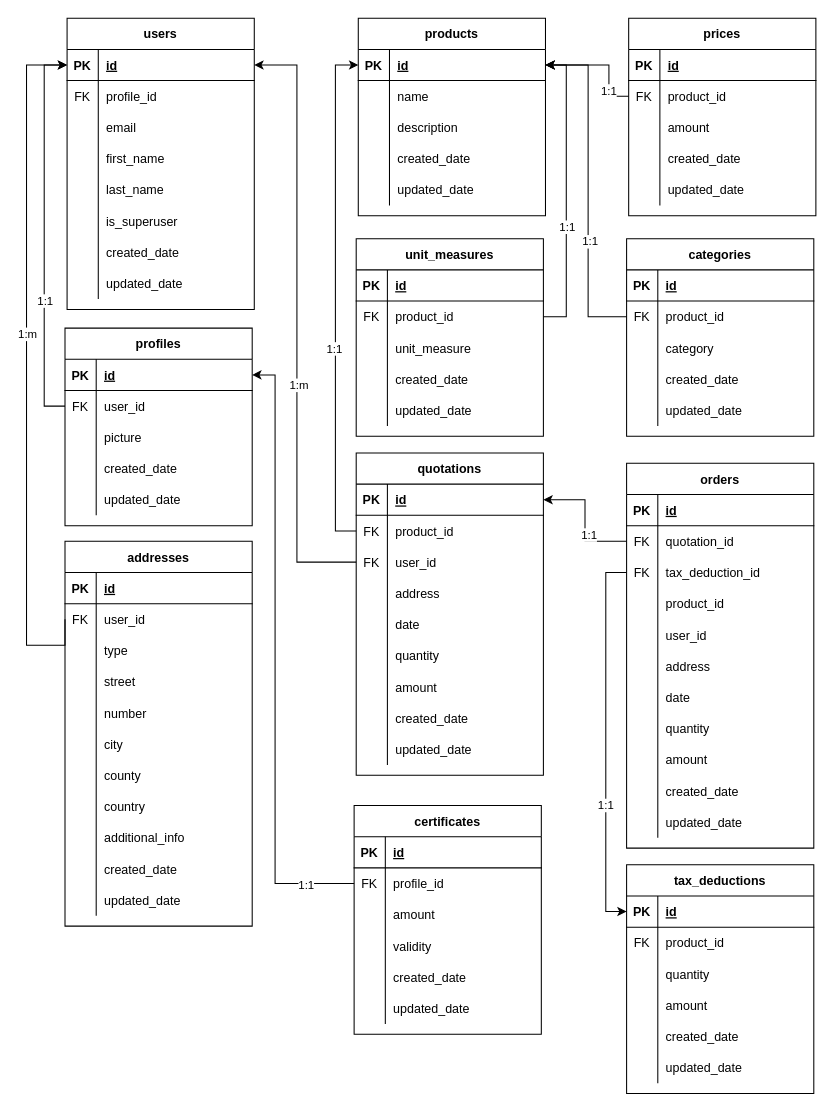
Before: WastePickupServices.drawio in PixLix1/donations_point, a draw.io diagram. Source tidied: cells renumbered, new cells numbered last; positions are measured from the earlier drawing's top-left corner, leaving out a move shared by most shapes. Both pictures are drawn from the tidied source at 104%, with x=0, y=0 at pixel (26, 18).
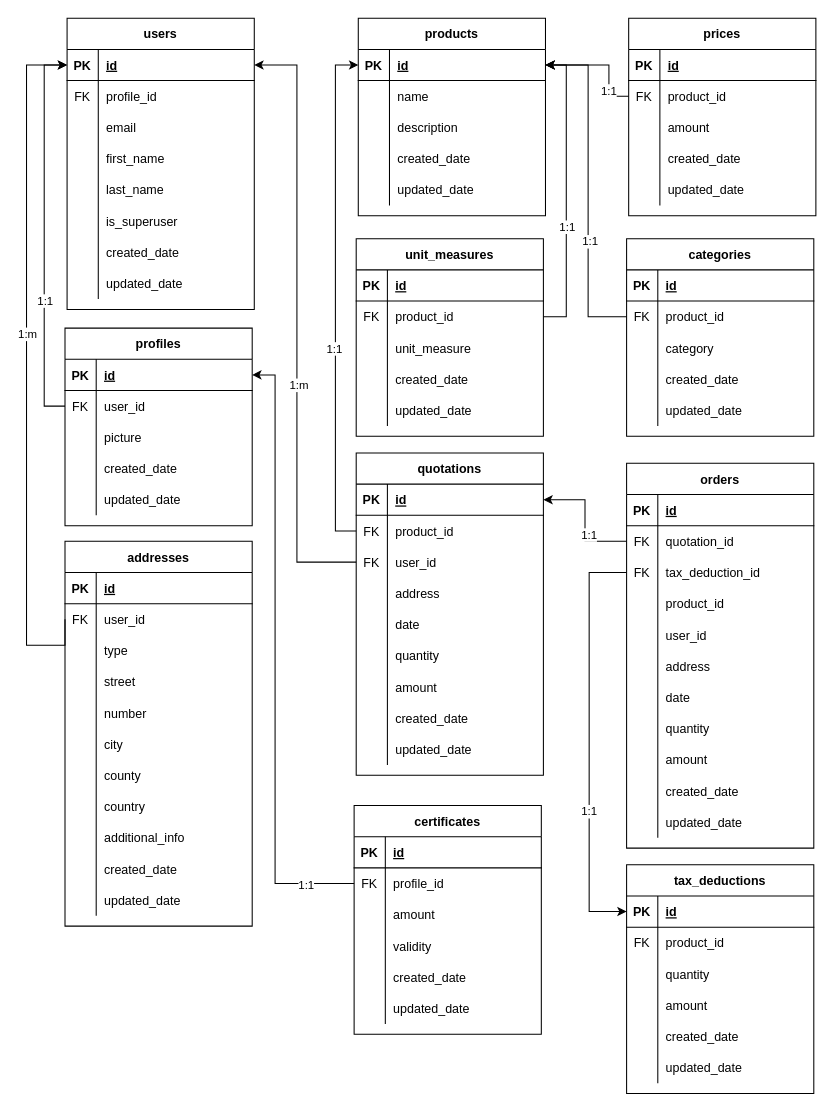
The same diagram, later.

The change refers to these unchanged cells:
```xml
<mxCell id="190" style="shape=partialRectangle;fillColor=none;top=0;left=0;bottom=0;right=0;points=[[0,0.5],[1,0.5]];portConstraint=eastwest;" parent="183" vertex="1">
  <mxGeometry y="90" width="180" height="30" as="geometry" />
</mxCell>
<mxCell id="220" style="shape=partialRectangle;fillColor=none;top=0;left=0;bottom=1;right=0;points=[[0,0.5],[1,0.5]];portConstraint=eastwest;" parent="219" vertex="1">
  <mxGeometry y="30" width="180" height="30" as="geometry" />
</mxCell>
```

The edit, as a diff of the source:
```diff
@@
-<mxGraphModel>
+<mxGraphModel background="#ffffff">
@@
     <mxCell id="238" style="edgeStyle=orthogonalEdgeStyle;rounded=0;jettySize=auto;html=1;exitX=0;exitY=0.5;exitDx=0;exitDy=0;entryX=0;entryY=0.5;entryDx=0;entryDy=0;" parent="1" edge="1" source="190" target="220">
-      <mxGeometry relative="1" as="geometry" />
+      <mxGeometry relative="1" as="geometry">
+        <Array as="points">
+          <mxPoint x="541" y="533" />
+          <mxPoint x="541" y="859" />
+        </Array>
+      </mxGeometry>
     </mxCell>
```
